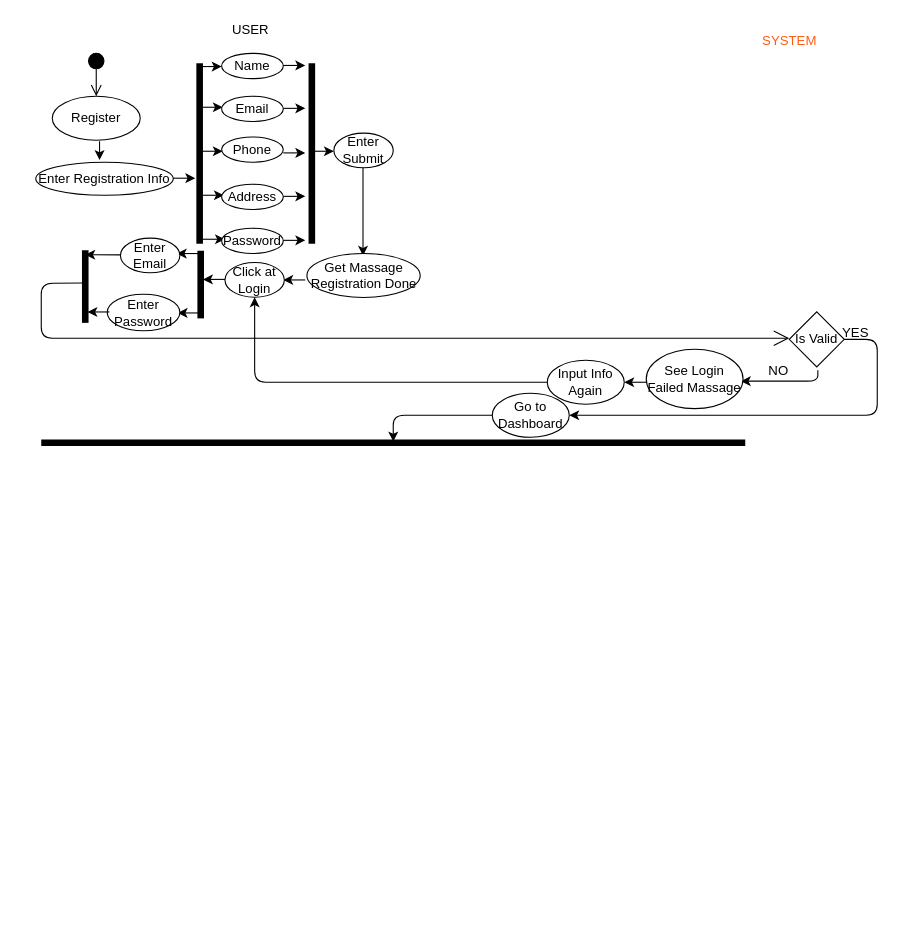
Before: public/Swimlane Diagram for Office Employee.drawio in SHIMAISRAFIL/Transport-Schedule, a draw.io diagram. Source tidied: cells renumbered, new cells numbered last; positions are measured from the earlier drawing's top-left corner, leaving out a move shared by most shapes. Both pictures are drawn from the tidied source at 110%, with x=0, y=0 at pixel (35, 19).
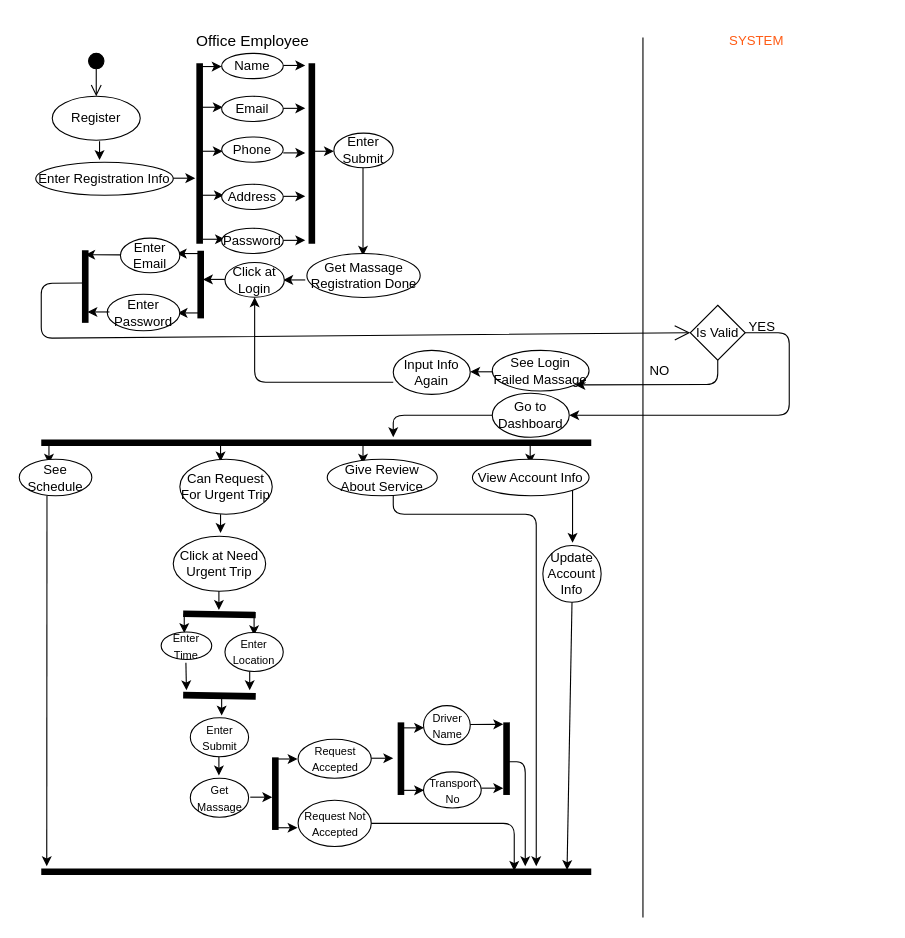
The same diagram, later.

Unchanged cells that the change refers to:
```xml
<mxCell id="29" value="Click at Login" style="ellipse;whiteSpace=wrap;html=1;" parent="1" vertex="1">
  <mxGeometry x="172" y="221.2" width="54" height="31.5" as="geometry" />
</mxCell>
<mxCell id="36" style="shape=line;html=1;strokeWidth=6;rotation=-90;" parent="1" vertex="1">
  <mxGeometry x="12" y="238" width="66" height="10" as="geometry" />
</mxCell>
<mxCell id="51" value="Go to Dashboard" style="ellipse;whiteSpace=wrap;html=1;" parent="1" vertex="1">
  <mxGeometry x="415" y="340" width="70" height="40" as="geometry" />
</mxCell>
```

Change to the diagram source:
```diff
@@
-    <mxCell id="39" style="endArrow=open;endFill=1;endSize=12;html=1;exitX=0.548;exitY=0.3;exitDx=0;exitDy=0;exitPerimeter=0;" parent="1" edge="1" source="36">
+    <mxCell id="39" style="endArrow=open;endFill=1;endSize=12;html=1;exitX=0.548;exitY=0.3;exitDx=0;exitDy=0;exitPerimeter=0;entryX=0;entryY=0.5;entryDx=0;entryDy=0;" parent="1" edge="1" source="36" target="41">
       <mxGeometry x="35" y="10" as="geometry">
-        <mxPoint x="685" y="290" as="targetPoint" />
         <Array as="points">
           <mxPoint x="5" y="240" />
           <mxPoint x="5" y="290" />
         </Array>
       </mxGeometry>
     </mxCell>
     <mxCell id="40" value="&lt;font color=&quot;#ff5b14&quot;&gt;SYSTEM&lt;/font&gt;" style="text;html=1;align=center;verticalAlign=middle;strokeColor=none;" parent="1" vertex="1">
-      <mxGeometry x="650" y="10" width="70" height="20" as="geometry" />
+      <mxGeometry x="620" y="10" width="70" height="20" as="geometry" />
     </mxCell>
     <mxCell id="41" value="Is Valid" style="rhombus;whiteSpace=wrap;html=1;strokeColor=#000000;" parent="1" vertex="1">
-      <mxGeometry x="685" y="266" width="50" height="50" as="geometry" />
+      <mxGeometry x="595" y="260" width="50" height="50" as="geometry" />
     </mxCell>
-    <mxCell id="42" style="endArrow=classic;html=1;" parent="1" edge="1">
-      <mxGeometry x="35" y="10" as="geometry">
-        <mxPoint x="711" y="319" as="sourcePoint" />
-        <mxPoint x="641" y="329" as="targetPoint" />
+    <mxCell id="42" style="endArrow=classic;html=1;exitX=0.5;exitY=1;exitDx=0;exitDy=0;entryX=1;entryY=1;entryDx=0;entryDy=0;" parent="1" edge="1" source="41" target="44">
+      <mxGeometry x="-93" y="11" as="geometry">
         <Array as="points">
-          <mxPoint x="711" y="329" />
+          <mxPoint x="620" y="332" />
         </Array>
       </mxGeometry>
     </mxCell>
-    <mxCell id="43" value="NO" style="text;html=1;align=center;verticalAlign=middle;strokeColor=none;" parent="1" vertex="1">
-      <mxGeometry x="660" y="310" width="30" height="20" as="geometry" />
-    </mxCell>
     <mxCell id="44" value="See Login Failed Massage" style="ellipse;whiteSpace=wrap;html=1;" parent="1" vertex="1">
-      <mxGeometry x="555" y="300" width="88" height="54" as="geometry" />
+      <mxGeometry x="415" y="301" width="88" height="37" as="geometry" />
     </mxCell>
     <mxCell id="45" style="endArrow=classic;html=1;" parent="1" edge="1">
-      <mxGeometry x="35" y="10" as="geometry">
-        <mxPoint x="555" y="330" as="sourcePoint" />
-        <mxPoint x="535" y="330" as="targetPoint" />
+      <mxGeometry x="-105" y="0.5" as="geometry">
+        <mxPoint x="415" y="320.5" as="sourcePoint" />
+        <mxPoint x="395" y="320.5" as="targetPoint" />
       </mxGeometry>
     </mxCell>
     <mxCell id="46" value="Input Info Again" style="ellipse;whiteSpace=wrap;html=1;" parent="1" vertex="1">
-      <mxGeometry x="465" y="310" width="70" height="40" as="geometry" />
+      <mxGeometry x="325" y="301" width="70" height="40" as="geometry" />
     </mxCell>
-    <mxCell id="47" style="endArrow=classic;html=1;exitX=0;exitY=0.5;exitDx=0;exitDy=0;entryX=0.5;entryY=1;entryDx=0;entryDy=0;" parent="1" edge="1" source="46" target="29">
+    <mxCell id="47" style="endArrow=classic;html=1;entryX=0.5;entryY=1;entryDx=0;entryDy=0;" parent="1" edge="1" target="29">
       <mxGeometry x="35" y="10" as="geometry">
+        <mxPoint x="325" y="330" as="sourcePoint" />
         <Array as="points">
           <mxPoint x="199" y="330" />
         </Array>
       </mxGeometry>
     </mxCell>
     <mxCell id="48" style="endArrow=classic;html=1;exitX=1;exitY=0.5;exitDx=0;exitDy=0;" parent="1" edge="1" source="41">
       <mxGeometry x="35" y="10" as="geometry">
         <mxPoint x="485" y="360" as="targetPoint" />
         <Array as="points">
-          <mxPoint x="765" y="291" />
-          <mxPoint x="765" y="360" />
+          <mxPoint x="685" y="285" />
+          <mxPoint x="685" y="360" />
         </Array>
       </mxGeometry>
     </mxCell>
-    <mxCell id="49" value="YES" style="text;html=1;align=center;verticalAlign=middle;strokeColor=none;" parent="1" vertex="1">
-      <mxGeometry x="725" y="275" width="40" height="20" as="geometry" />
-    </mxCell>
     <mxCell id="50" style="shape=line;html=1;strokeWidth=6;rotation=0;" parent="1" vertex="1">
-      <mxGeometry x="5" y="380" width="640" height="10" as="geometry" />
+      <mxGeometry x="5" y="380" width="500" height="10" as="geometry" />
     </mxCell>
@@
-    <mxCell id="52" style="endArrow=classic;html=1;exitX=0;exitY=0.5;exitDx=0;exitDy=0;entryX=0.5;entryY=0.394;entryDx=0;entryDy=0;entryPerimeter=0;" parent="1" edge="1" source="51" target="50">
+    <mxCell id="52" style="endArrow=classic;html=1;exitX=0;exitY=0.5;exitDx=0;exitDy=0;" parent="1" edge="1" source="51">
       <mxGeometry x="35" y="10" as="geometry">
+        <mxPoint x="325" y="380" as="targetPoint" />
         <Array as="points">
           <mxPoint x="325" y="360" />
         </Array>
       </mxGeometry>
     </mxCell>
-    <mxCell id="53" value="USER" style="text;html=1;align=center;verticalAlign=middle;strokeColor=none;" parent="1" vertex="1">
-      <mxGeometry x="170" width="50" height="20" as="geometry" />
+    <mxCell id="53" value="&lt;font style=&quot;font-size: 14px&quot;&gt;Office Employee&lt;/font&gt;" style="text;html=1;align=center;verticalAlign=middle;strokeColor=none;" parent="1" vertex="1">
+      <mxGeometry x="136.5" y="10" width="120" height="20" as="geometry" />
     </mxCell>
+    <mxCell id="49" value="YES" style="text;html=1;align=center;verticalAlign=middle;strokeColor=none;" parent="1" vertex="1">
+      <mxGeometry x="640" y="270" width="40" height="20" as="geometry" />
+    </mxCell>
+    <mxCell id="43" value="NO" style="text;html=1;align=center;verticalAlign=middle;strokeColor=none;" parent="1" vertex="1">
+      <mxGeometry x="552" y="310" width="30" height="20" as="geometry" />
+    </mxCell>
+    <mxCell id="54" style="endArrow=classic;html=1;" parent="1" edge="1">
+      <mxGeometry x="-11" y="286" as="geometry">
+        <mxPoint x="12" y="387" as="sourcePoint" />
+        <mxPoint x="12" y="404" as="targetPoint" />
+      </mxGeometry>
+    </mxCell>
+    <mxCell id="55" style="endArrow=classic;html=1;" parent="1" edge="1">
+      <mxGeometry x="145" y="284" as="geometry">
+        <mxPoint x="168" y="385" as="sourcePoint" />
+        <mxPoint x="168" y="402" as="targetPoint" />
+      </mxGeometry>
+    </mxCell>
+    <mxCell id="56" style="endArrow=classic;html=1;" parent="1" edge="1">
+      <mxGeometry x="274.5" y="286" as="geometry">
+        <mxPoint x="297.5" y="387" as="sourcePoint" />
+        <mxPoint x="297.5" y="404" as="targetPoint" />
+      </mxGeometry>
+    </mxCell>
+    <mxCell id="57" style="endArrow=classic;html=1;" parent="1" edge="1">
+      <mxGeometry x="426.5" y="286" as="geometry">
+        <mxPoint x="449.5" y="387" as="sourcePoint" />
+        <mxPoint x="449.5" y="404" as="targetPoint" />
+      </mxGeometry>
+    </mxCell>
+    <mxCell id="58" value="See Schedule" style="ellipse;whiteSpace=wrap;html=1;" parent="1" vertex="1">
+      <mxGeometry x="-15" y="400" width="66" height="33.2" as="geometry" />
+    </mxCell>
+    <mxCell id="59" value="Can Request For Urgent Trip" style="ellipse;whiteSpace=wrap;html=1;" parent="1" vertex="1">
+      <mxGeometry x="131" y="400" width="84" height="50" as="geometry" />
+    </mxCell>
+    <mxCell id="60" value="Give Review About Service" style="ellipse;whiteSpace=wrap;html=1;" parent="1" vertex="1">
+      <mxGeometry x="265" y="400" width="100" height="33.2" as="geometry" />
+    </mxCell>
+    <mxCell id="61" value="View Account Info" style="ellipse;whiteSpace=wrap;html=1;" parent="1" vertex="1">
+      <mxGeometry x="397" y="400" width="106" height="33.2" as="geometry" />
+    </mxCell>
+    <mxCell id="62" style="endArrow=classic;html=1;" parent="1" edge="1">
+      <mxGeometry x="145" y="349" as="geometry">
+        <mxPoint x="168" y="450" as="sourcePoint" />
+        <mxPoint x="168" y="467" as="targetPoint" />
+      </mxGeometry>
+    </mxCell>
+    <mxCell id="63" value="Click at Need Urgent Trip" style="ellipse;whiteSpace=wrap;html=1;" parent="1" vertex="1">
+      <mxGeometry x="125" y="470" width="84" height="50" as="geometry" />
+    </mxCell>
+    <mxCell id="64" style="endArrow=classic;html=1;" parent="1" edge="1">
+      <mxGeometry x="143.5" y="419" as="geometry">
+        <mxPoint x="166.5" y="520" as="sourcePoint" />
+        <mxPoint x="166.5" y="537" as="targetPoint" />
+      </mxGeometry>
+    </mxCell>
+    <mxCell id="65" style="shape=line;html=1;strokeWidth=6;rotation=1;" parent="1" vertex="1">
+      <mxGeometry x="134" y="536" width="66" height="10" as="geometry" />
+    </mxCell>
+    <mxCell id="66" style="endArrow=classic;html=1;" parent="1" edge="1">
+      <mxGeometry x="112" y="440" as="geometry">
+        <mxPoint x="135" y="541" as="sourcePoint" />
+        <mxPoint x="135" y="558" as="targetPoint" />
+      </mxGeometry>
+    </mxCell>
+    <mxCell id="67" style="endArrow=classic;html=1;" parent="1" edge="1">
+      <mxGeometry x="175.5" y="442" as="geometry">
+        <mxPoint x="198.5" y="543" as="sourcePoint" />
+        <mxPoint x="198.5" y="560" as="targetPoint" />
+      </mxGeometry>
+    </mxCell>
+    <mxCell id="68" value="&lt;font style=&quot;font-size: 10px&quot;&gt;Enter Time&lt;/font&gt;" style="ellipse;whiteSpace=wrap;html=1;" parent="1" vertex="1">
+      <mxGeometry x="114" y="557" width="46" height="25" as="geometry" />
+    </mxCell>
+    <mxCell id="69" value="&lt;font style=&quot;font-size: 10px&quot;&gt;Enter Location&lt;/font&gt;" style="ellipse;whiteSpace=wrap;html=1;" parent="1" vertex="1">
+      <mxGeometry x="172" y="557.5" width="53" height="35.5" as="geometry" />
+    </mxCell>
+    <mxCell id="70" style="endArrow=classic;html=1;" parent="1" edge="1">
+      <mxGeometry x="113.5" y="484" as="geometry">
+        <mxPoint x="136.5" y="585" as="sourcePoint" />
+        <mxPoint x="137" y="610" as="targetPoint" />
+      </mxGeometry>
+    </mxCell>
+    <mxCell id="71" style="endArrow=classic;html=1;" parent="1" edge="1">
+      <mxGeometry x="171.5" y="492" as="geometry">
+        <mxPoint x="194.5" y="593" as="sourcePoint" />
+        <mxPoint x="194.5" y="610" as="targetPoint" />
+      </mxGeometry>
+    </mxCell>
+    <mxCell id="72" style="shape=line;html=1;strokeWidth=6;rotation=1;" parent="1" vertex="1">
+      <mxGeometry x="134" y="610" width="66" height="10" as="geometry" />
+    </mxCell>
+    <mxCell id="73" style="endArrow=classic;html=1;" parent="1" edge="1">
+      <mxGeometry x="146" y="515" as="geometry">
+        <mxPoint x="169" y="616" as="sourcePoint" />
+        <mxPoint x="169" y="633" as="targetPoint" />
+      </mxGeometry>
+    </mxCell>
+    <mxCell id="74" value="&lt;font style=&quot;font-size: 10px&quot;&gt;Enter Submit&lt;/font&gt;" style="ellipse;whiteSpace=wrap;html=1;" parent="1" vertex="1">
+      <mxGeometry x="140.5" y="635" width="53" height="35.5" as="geometry" />
+    </mxCell>
+    <mxCell id="75" style="endArrow=classic;html=1;" parent="1" edge="1">
+      <mxGeometry x="143.5" y="569.5" as="geometry">
+        <mxPoint x="166.5" y="670.5" as="sourcePoint" />
+        <mxPoint x="166.5" y="687.5" as="targetPoint" />
+      </mxGeometry>
+    </mxCell>
+    <mxCell id="76" value="&lt;font style=&quot;font-size: 10px&quot;&gt;Get Massage&lt;/font&gt;" style="ellipse;whiteSpace=wrap;html=1;" parent="1" vertex="1">
+      <mxGeometry x="140.5" y="690" width="53" height="35.5" as="geometry" />
+    </mxCell>
+    <mxCell id="77" style="endArrow=classic;html=1;" parent="1" edge="1">
+      <mxGeometry x="5" y="516.2" as="geometry">
+        <mxPoint x="195" y="707.2" as="sourcePoint" />
+        <mxPoint x="215" y="707.2" as="targetPoint" />
+      </mxGeometry>
+    </mxCell>
+    <mxCell id="78" style="shape=line;html=1;strokeWidth=6;rotation=-90;" parent="1" vertex="1">
+      <mxGeometry x="184.8" y="699" width="66" height="10" as="geometry" />
+    </mxCell>
+    <mxCell id="79" style="endArrow=classic;html=1;" parent="1" edge="1">
+      <mxGeometry x="28" y="481.5" as="geometry">
+        <mxPoint x="218" y="672.5" as="sourcePoint" />
+        <mxPoint x="238" y="672.5" as="targetPoint" />
+      </mxGeometry>
+    </mxCell>
+    <mxCell id="80" style="endArrow=classic;html=1;" parent="1" edge="1">
+      <mxGeometry x="28" y="544" as="geometry">
+        <mxPoint x="218" y="735" as="sourcePoint" />
+        <mxPoint x="238" y="735" as="targetPoint" />
+      </mxGeometry>
+    </mxCell>
+    <mxCell id="81" value="&lt;font style=&quot;font-size: 10px&quot;&gt;Request Accepted&lt;/font&gt;" style="ellipse;whiteSpace=wrap;html=1;" parent="1" vertex="1">
+      <mxGeometry x="238.5" y="654.5" width="66.5" height="35.5" as="geometry" />
+    </mxCell>
+    <mxCell id="82" value="&lt;font style=&quot;font-size: 10px&quot;&gt;Request Not Accepted&lt;/font&gt;" style="ellipse;whiteSpace=wrap;html=1;" parent="1" vertex="1">
+      <mxGeometry x="238.5" y="710" width="66.5" height="42" as="geometry" />
+    </mxCell>
+    <mxCell id="83" style="endArrow=classic;html=1;" parent="1" edge="1">
+      <mxGeometry x="115" y="480.8" as="geometry">
+        <mxPoint x="305" y="671.8" as="sourcePoint" />
+        <mxPoint x="325" y="671.8" as="targetPoint" />
+      </mxGeometry>
+    </mxCell>
+    <mxCell id="84" style="shape=line;html=1;strokeWidth=6;rotation=-90;" parent="1" vertex="1">
+      <mxGeometry x="299" y="667.2" width="66" height="10" as="geometry" />
+    </mxCell>
+    <mxCell id="85" style="endArrow=classic;html=1;" parent="1" edge="1">
+      <mxGeometry x="143" y="453.2" as="geometry">
+        <mxPoint x="333" y="644.2" as="sourcePoint" />
+        <mxPoint x="353" y="644.2" as="targetPoint" />
+      </mxGeometry>
+    </mxCell>
+    <mxCell id="86" style="endArrow=classic;html=1;" parent="1" edge="1">
+      <mxGeometry x="143" y="510" as="geometry">
+        <mxPoint x="333" y="701" as="sourcePoint" />
+        <mxPoint x="353" y="701" as="targetPoint" />
+      </mxGeometry>
+    </mxCell>
+    <mxCell id="87" value="&lt;font style=&quot;font-size: 10px&quot;&gt;Driver Name&lt;/font&gt;" style="ellipse;whiteSpace=wrap;html=1;" parent="1" vertex="1">
+      <mxGeometry x="352.5" y="624" width="42.5" height="35.5" as="geometry" />
+    </mxCell>
+    <mxCell id="88" value="&lt;font style=&quot;font-size: 10px&quot;&gt;Transport No&lt;/font&gt;" style="ellipse;whiteSpace=wrap;html=1;" parent="1" vertex="1">
+      <mxGeometry x="352.5" y="684.2" width="52.5" height="32.8" as="geometry" />
+    </mxCell>
+    <mxCell id="89" style="endArrow=classic;html=1;" parent="1" edge="1">
+      <mxGeometry x="205" y="450.2" as="geometry">
+        <mxPoint x="395" y="641.2" as="sourcePoint" />
+        <mxPoint x="425" y="641" as="targetPoint" />
+      </mxGeometry>
+    </mxCell>
+    <mxCell id="90" style="endArrow=classic;html=1;" parent="1" edge="1">
+      <mxGeometry x="215" y="508" as="geometry">
+        <mxPoint x="405" y="699" as="sourcePoint" />
+        <mxPoint x="425" y="699" as="targetPoint" />
+      </mxGeometry>
+    </mxCell>
+    <mxCell id="91" style="shape=line;html=1;strokeWidth=6;rotation=-90;" parent="1" vertex="1">
+      <mxGeometry x="395" y="667.2" width="66" height="10" as="geometry" />
+    </mxCell>
+    <mxCell id="92" style="endArrow=classic;html=1;exitX=0.458;exitY=0.64;exitDx=0;exitDy=0;exitPerimeter=0;" parent="1" edge="1" source="91">
+      <mxGeometry relative="1" as="geometry">
+        <mxPoint x="445" y="770" as="targetPoint" />
+        <Array as="points">
+          <mxPoint x="445" y="675" />
+        </Array>
+      </mxGeometry>
+    </mxCell>
+    <mxCell id="93" style="endArrow=classic;html=1;exitX=1;exitY=0.5;exitDx=0;exitDy=0;entryX=0.86;entryY=0.42;entryDx=0;entryDy=0;entryPerimeter=0;" parent="1" edge="1" source="82" target="100">
+      <mxGeometry relative="1" as="geometry">
+        <Array as="points">
+          <mxPoint x="435" y="731" />
+        </Array>
+      </mxGeometry>
+    </mxCell>
+    <mxCell id="94" style="endArrow=classic;html=1;" parent="1" edge="1">
+      <mxGeometry relative="1" as="geometry">
+        <mxPoint x="325" y="433" as="sourcePoint" />
+        <mxPoint x="455" y="770" as="targetPoint" />
+        <Array as="points">
+          <mxPoint x="325" y="450" />
+          <mxPoint x="455" y="450" />
+        </Array>
+      </mxGeometry>
+    </mxCell>
+    <mxCell id="95" style="endArrow=classic;html=1;" parent="1" edge="1">
+      <mxGeometry relative="1" as="geometry">
+        <mxPoint x="488" y="428" as="sourcePoint" />
+        <mxPoint x="488" y="476" as="targetPoint" />
+      </mxGeometry>
+    </mxCell>
+    <mxCell id="96" value="Update Account Info" style="ellipse;whiteSpace=wrap;html=1;" parent="1" vertex="1">
+      <mxGeometry x="461" y="478.4" width="53" height="51.6" as="geometry" />
+    </mxCell>
+    <mxCell id="97" style="endArrow=classic;html=1;exitX=0.5;exitY=1;exitDx=0;exitDy=0;entryX=0.956;entryY=0.34;entryDx=0;entryDy=0;entryPerimeter=0;" parent="1" edge="1" source="96" target="100">
+      <mxGeometry relative="1" as="geometry" />
+    </mxCell>
+    <mxCell id="98" style="endArrow=classic;html=1;exitX=0.382;exitY=1.005;exitDx=0;exitDy=0;exitPerimeter=0;" parent="1" edge="1" source="58">
+      <mxGeometry relative="1" as="geometry">
+        <mxPoint x="10" y="770" as="targetPoint" />
+      </mxGeometry>
+    </mxCell>
+    <mxCell id="99" style="endArrow=none;html=1;" parent="1" edge="1">
+      <mxGeometry relative="1" as="geometry">
+        <mxPoint x="552" y="16.6" as="sourcePoint" />
+        <mxPoint x="552" y="816.6" as="targetPoint" />
+      </mxGeometry>
+    </mxCell>
+    <mxCell id="100" style="shape=line;html=1;strokeWidth=6;rotation=0;" parent="1" vertex="1">
+      <mxGeometry x="5" y="770" width="500" height="10" as="geometry" />
+    </mxCell>
```
